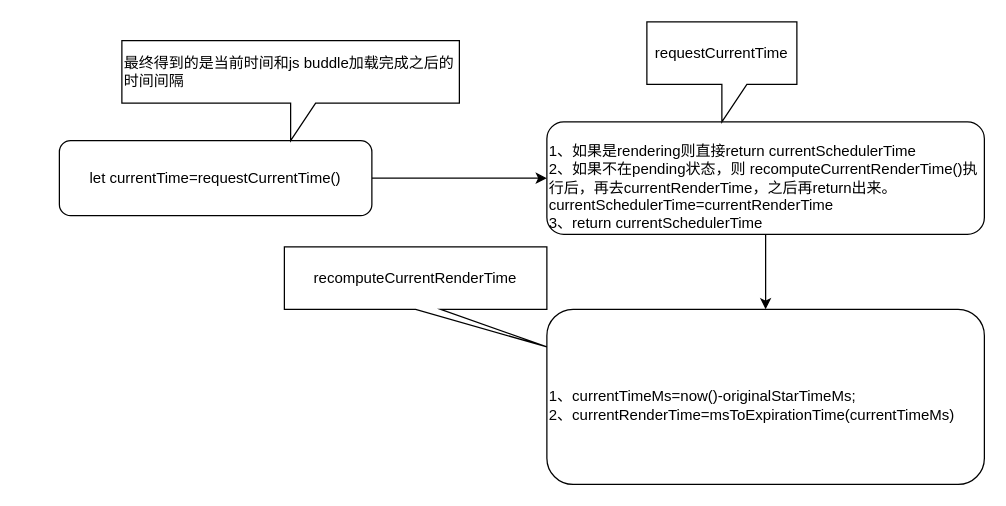
Before: Untitled Diagram.drawio in Windseek/react-source, a draw.io diagram. Source tidied: cells renumbered, new cells numbered last; positions are measured from the earlier drawing's top-left corner, leaving out a move shared by most shapes. Both pictures are drawn from the tidied source at 125%, with x=0, y=0 at pixel (59, 21).
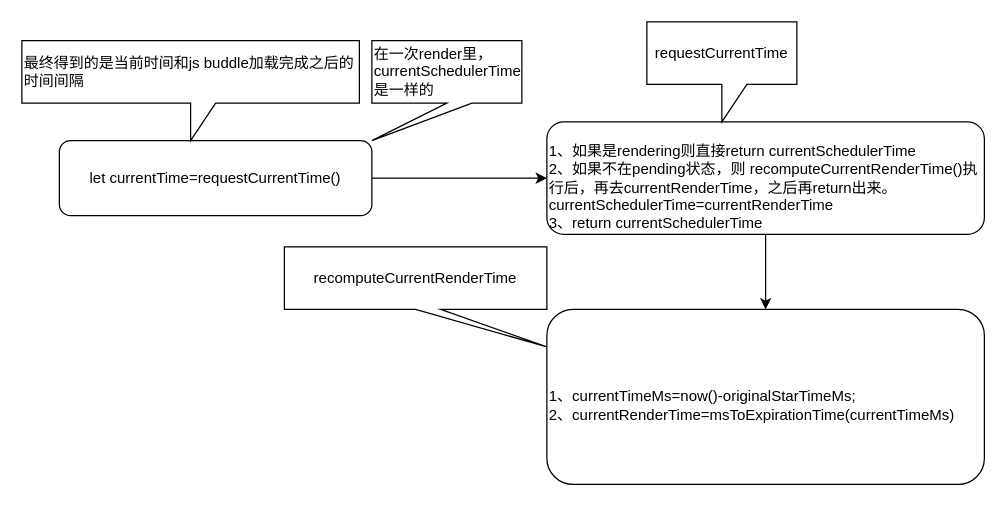
The same diagram, later.

Change to the diagram source:
```diff
@@
 <mxGraphModel>
   <root>
     <mxCell id="0" />
     <mxCell id="1" parent="0" />
     <mxCell id="2" style="edgeStyle=orthogonalEdgeStyle;rounded=0;jettySize=auto;html=1;" parent="1" edge="1" source="3" target="5">
       <mxGeometry relative="1" as="geometry" />
     </mxCell>
     <mxCell id="3" value="let currentTime=requestCurrentTime()" style="rounded=1;whiteSpace=wrap;html=1;" parent="1" vertex="1">
       <mxGeometry y="95" width="250" height="60" as="geometry" />
     </mxCell>
     <mxCell id="4" style="edgeStyle=orthogonalEdgeStyle;rounded=0;jettySize=auto;html=1;" parent="1" edge="1" source="5" target="6">
       <mxGeometry relative="1" as="geometry" />
     </mxCell>
     <mxCell id="5" value="&lt;br&gt;1、如果是rendering则直接return currentSchedulerTime&lt;br&gt;2、如果不在pending状态，则 recomputeCurrentRenderTime()执行后，再去currentRenderTime，之后再return出来。&lt;br&gt;currentSchedulerTime=currentRenderTime&lt;br&gt;3、return currentSchedulerTime" style="rounded=1;whiteSpace=wrap;html=1;align=left;" parent="1" vertex="1">
       <mxGeometry x="390" y="80" width="350" height="90" as="geometry" />
     </mxCell>
     <mxCell id="6" value="&lt;br&gt;1、currentTimeMs=now()-originalStarTimeMs;&lt;br&gt;2、currentRenderTime=msToExpirationTime(currentTimeMs)" style="rounded=1;whiteSpace=wrap;html=1;align=left;" parent="1" vertex="1">
       <mxGeometry x="390" y="230" width="350" height="140" as="geometry" />
     </mxCell>
     <mxCell id="7" value="&lt;span style=&quot;white-space: normal&quot;&gt;requestCurrentTime&lt;/span&gt;" style="shape=callout;whiteSpace=wrap;html=1;perimeter=calloutPerimeter;" parent="1" vertex="1">
       <mxGeometry x="470" width="120" height="80" as="geometry" />
     </mxCell>
     <mxCell id="8" value="recomputeCurrentRenderTime" style="shape=callout;whiteSpace=wrap;html=1;perimeter=calloutPerimeter;position2=1;" parent="1" vertex="1">
       <mxGeometry x="180" y="180" width="210" height="80" as="geometry" />
     </mxCell>
     <mxCell id="9" value="最终得到的是当前时间和js buddle加载完成之后的时间间隔" style="shape=callout;whiteSpace=wrap;html=1;perimeter=calloutPerimeter;align=left;" parent="1" vertex="1">
-      <mxGeometry x="50" y="15" width="270" height="80" as="geometry" />
+      <mxGeometry x="-30" y="15" width="270" height="80" as="geometry" />
     </mxCell>
+    <mxCell id="10" value="&lt;span style=&quot;white-space: normal&quot;&gt;在一次render里，currentSchedulerTime是一样的&lt;/span&gt;" style="shape=callout;whiteSpace=wrap;html=1;perimeter=calloutPerimeter;position2=0;align=left;" parent="1" vertex="1">
+      <mxGeometry x="250" y="15" width="120" height="80" as="geometry" />
+    </mxCell>
   </root>
 </mxGraphModel>
```
